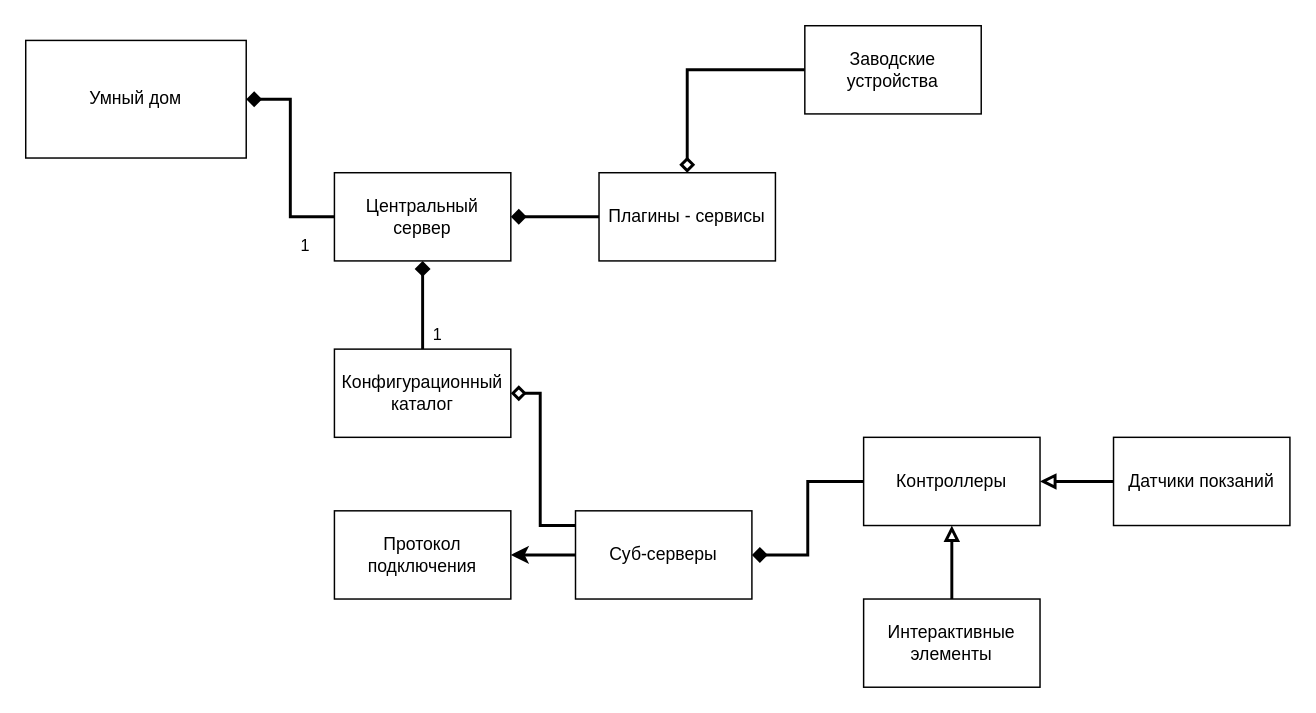
This is LAB1/Диаграмма без названия.drawio from tireks/OOAP, a draw.io file, before an edit. Source tidied: cells renumbered, new cells numbered last; positions are measured from the earlier drawing's top-left corner, leaving out a move shared by most shapes. Both pictures are drawn from the tidied source at 147%, with x=0, y=0 at pixel (25, 25).
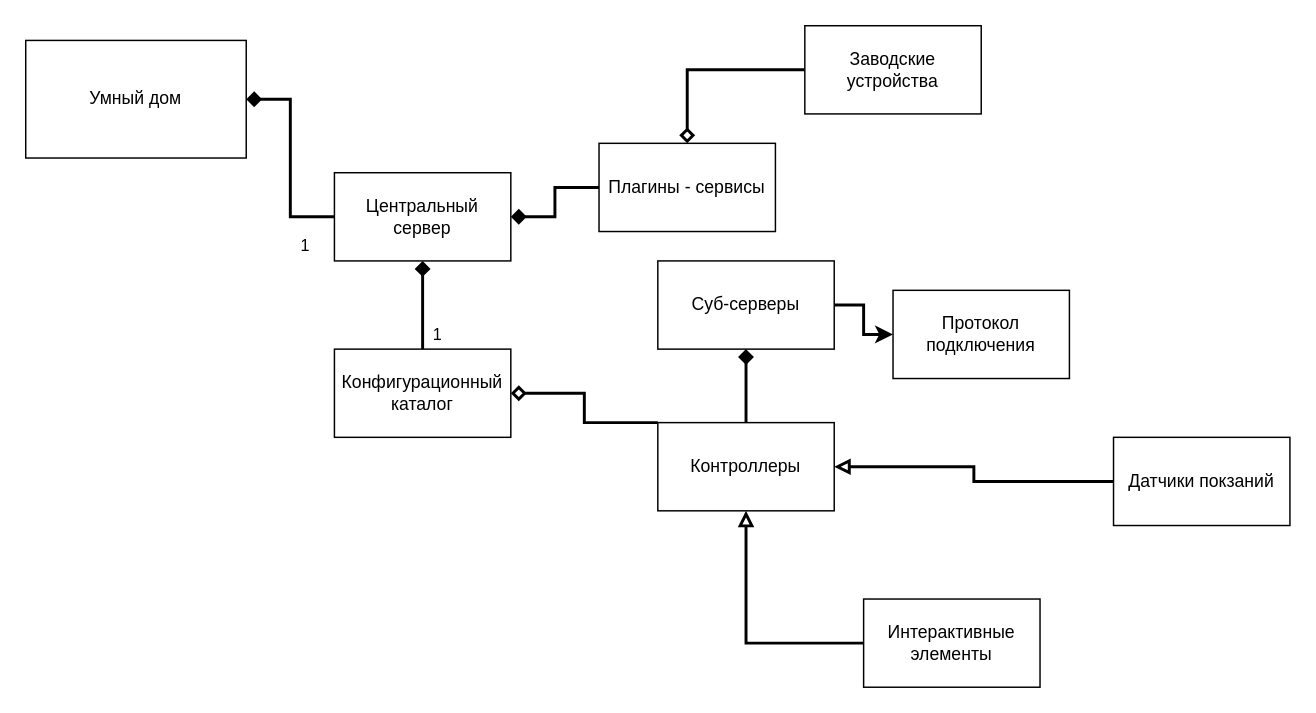
The same page after the edit.

Unchanged cells that the change refers to:
```xml
<mxCell id="6" value="Конфигурационный каталог" style="rounded=0;whiteSpace=wrap;html=1;" parent="1" vertex="1">
  <mxGeometry x="210" y="220" width="120" height="60" as="geometry" />
</mxCell>
<mxCell id="15" value="Датчики покзаний" style="rounded=0;whiteSpace=wrap;html=1;" parent="1" vertex="1">
  <mxGeometry x="740" y="280" width="120" height="60" as="geometry" />
</mxCell>
```

The edit, as a diff of the source:
```diff
@@
     <mxCell id="4" value="Плагины - сервисы" style="rounded=0;whiteSpace=wrap;html=1;" parent="1" vertex="1">
-      <mxGeometry x="390" y="100" width="120" height="60" as="geometry" />
+      <mxGeometry x="390" y="80" width="120" height="60" as="geometry" />
     </mxCell>
@@
     <mxCell id="7" value="Протокол подключения" style="rounded=0;whiteSpace=wrap;html=1;" parent="1" vertex="1">
-      <mxGeometry x="210" y="330" width="120" height="60" as="geometry" />
+      <mxGeometry x="590" y="180" width="120" height="60" as="geometry" />
     </mxCell>
@@
-    <mxCell id="9" style="edgeStyle=orthogonalEdgeStyle;rounded=0;jettySize=auto;html=1;entryX=1;entryY=0.5;entryDx=0;entryDy=0;endArrow=diamond;endFill=0;strokeWidth=2;" parent="1" edge="1" source="10" target="6">
-      <mxGeometry relative="1" as="geometry">
-        <Array as="points">
-          <mxPoint x="350" y="340" />
-          <mxPoint x="350" y="250" />
-        </Array>
-      </mxGeometry>
-    </mxCell>
     <mxCell id="10" value="Суб-серверы" style="rounded=0;whiteSpace=wrap;html=1;" parent="1" vertex="1">
-      <mxGeometry x="374" y="330" width="120" height="60" as="geometry" />
+      <mxGeometry x="430" y="160" width="120" height="60" as="geometry" />
     </mxCell>
@@
+    <mxCell id="21" style="edgeStyle=orthogonalEdgeStyle;rounded=0;jettySize=auto;html=1;strokeWidth=2;endArrow=diamond;endFill=0;" parent="1" edge="1" source="14" target="6">
+      <mxGeometry relative="1" as="geometry">
+        <Array as="points">
+          <mxPoint x="380" y="270" />
+          <mxPoint x="380" y="250" />
+        </Array>
+      </mxGeometry>
+    </mxCell>
-    <mxCell id="13" style="edgeStyle=orthogonalEdgeStyle;rounded=0;jettySize=auto;html=1;endArrow=diamond;endFill=1;strokeWidth=2;" parent="1" edge="1" source="14" target="10">
+    <mxCell id="13" style="edgeStyle=orthogonalEdgeStyle;rounded=0;jettySize=auto;html=1;strokeWidth=2;endArrow=diamond;endFill=1;" parent="1" edge="1" source="14" target="10">
       <mxGeometry relative="1" as="geometry" />
     </mxCell>
     <mxCell id="14" value="Контроллеры" style="rounded=0;whiteSpace=wrap;html=1;" parent="1" vertex="1">
-      <mxGeometry x="570" y="280" width="120" height="60" as="geometry" />
+      <mxGeometry x="430" y="270" width="120" height="60" as="geometry" />
     </mxCell>
+    <mxCell id="18" style="edgeStyle=orthogonalEdgeStyle;rounded=0;jettySize=auto;html=1;endArrow=block;endFill=0;strokeWidth=2;" parent="1" edge="1" source="15" target="14">
+      <mxGeometry relative="1" as="geometry" />
+    </mxCell>
@@
-    <mxCell id="18" style="endArrow=block;html=1;rounded=0;exitX=0;exitY=0.5;exitDx=0;exitDy=0;entryX=1;entryY=0.5;entryDx=0;entryDy=0;endFill=0;strokeWidth=2;" parent="1" edge="1" source="15" target="14">
-      <mxGeometry relative="1" as="geometry" />
-    </mxCell>
```
